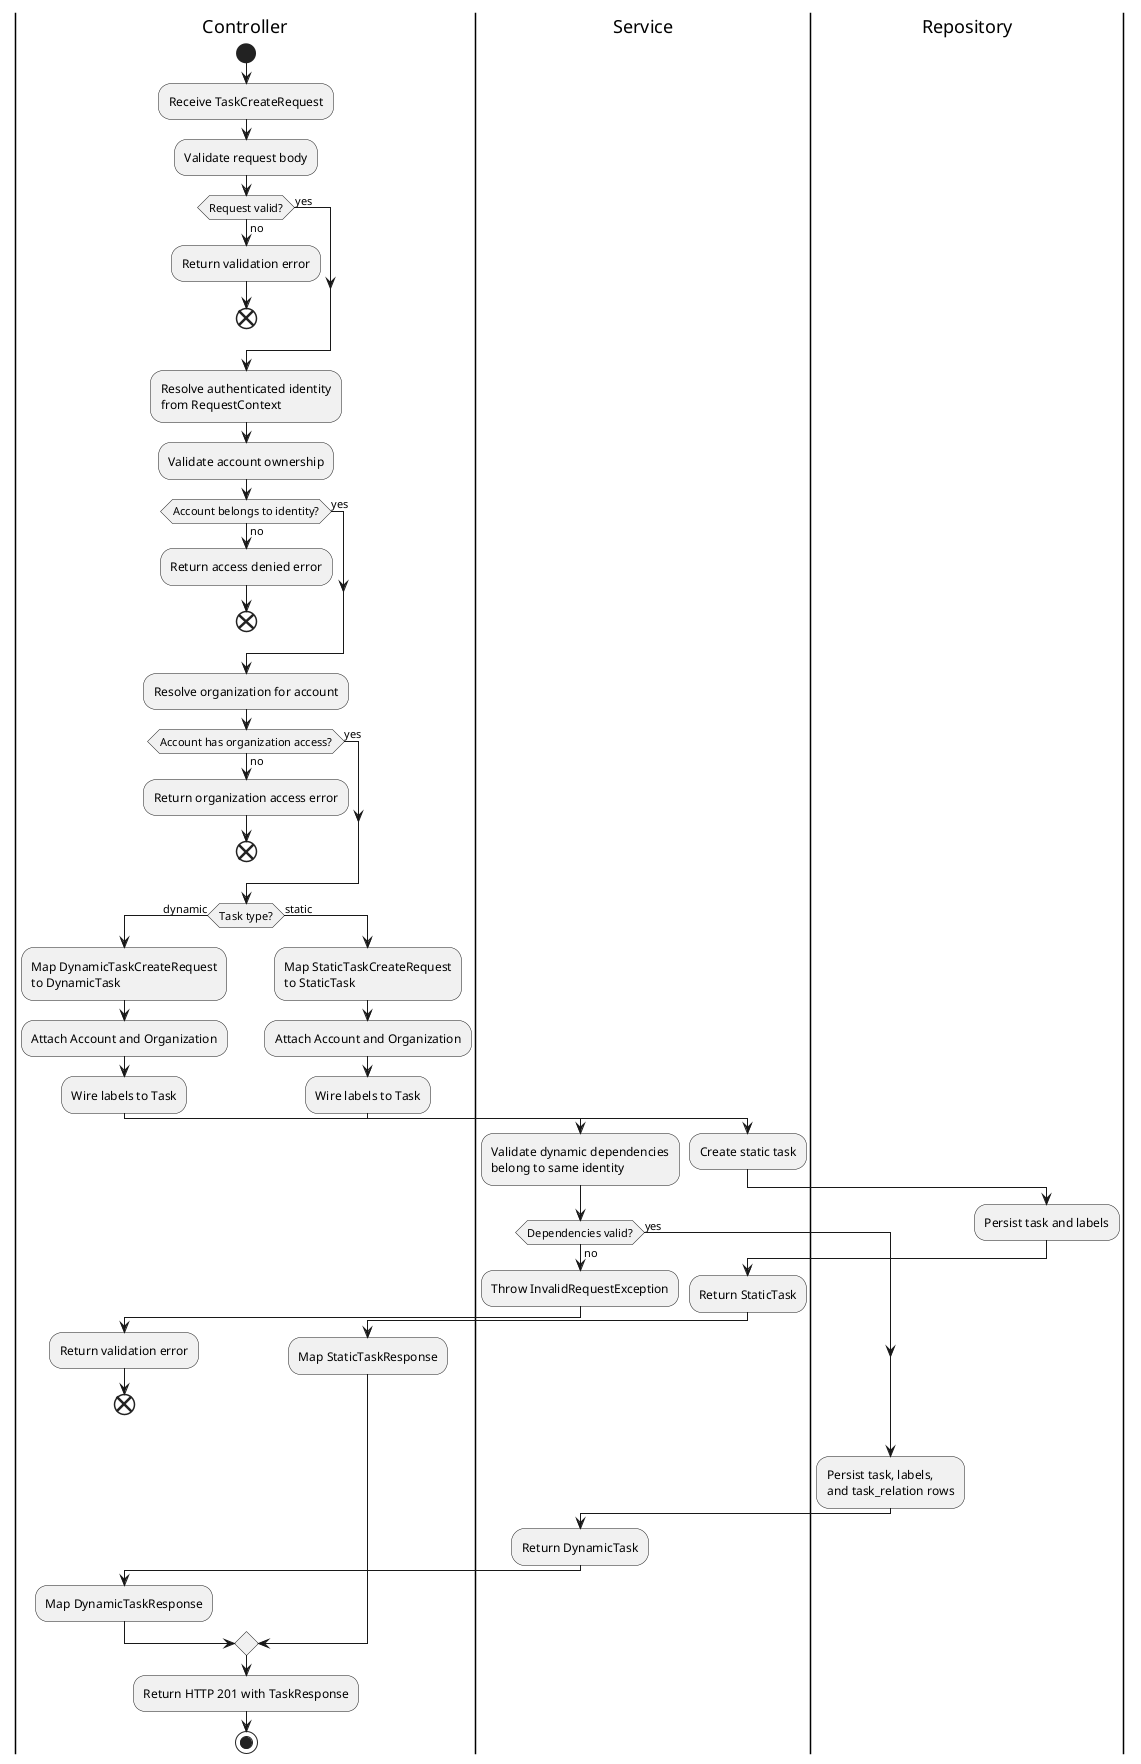
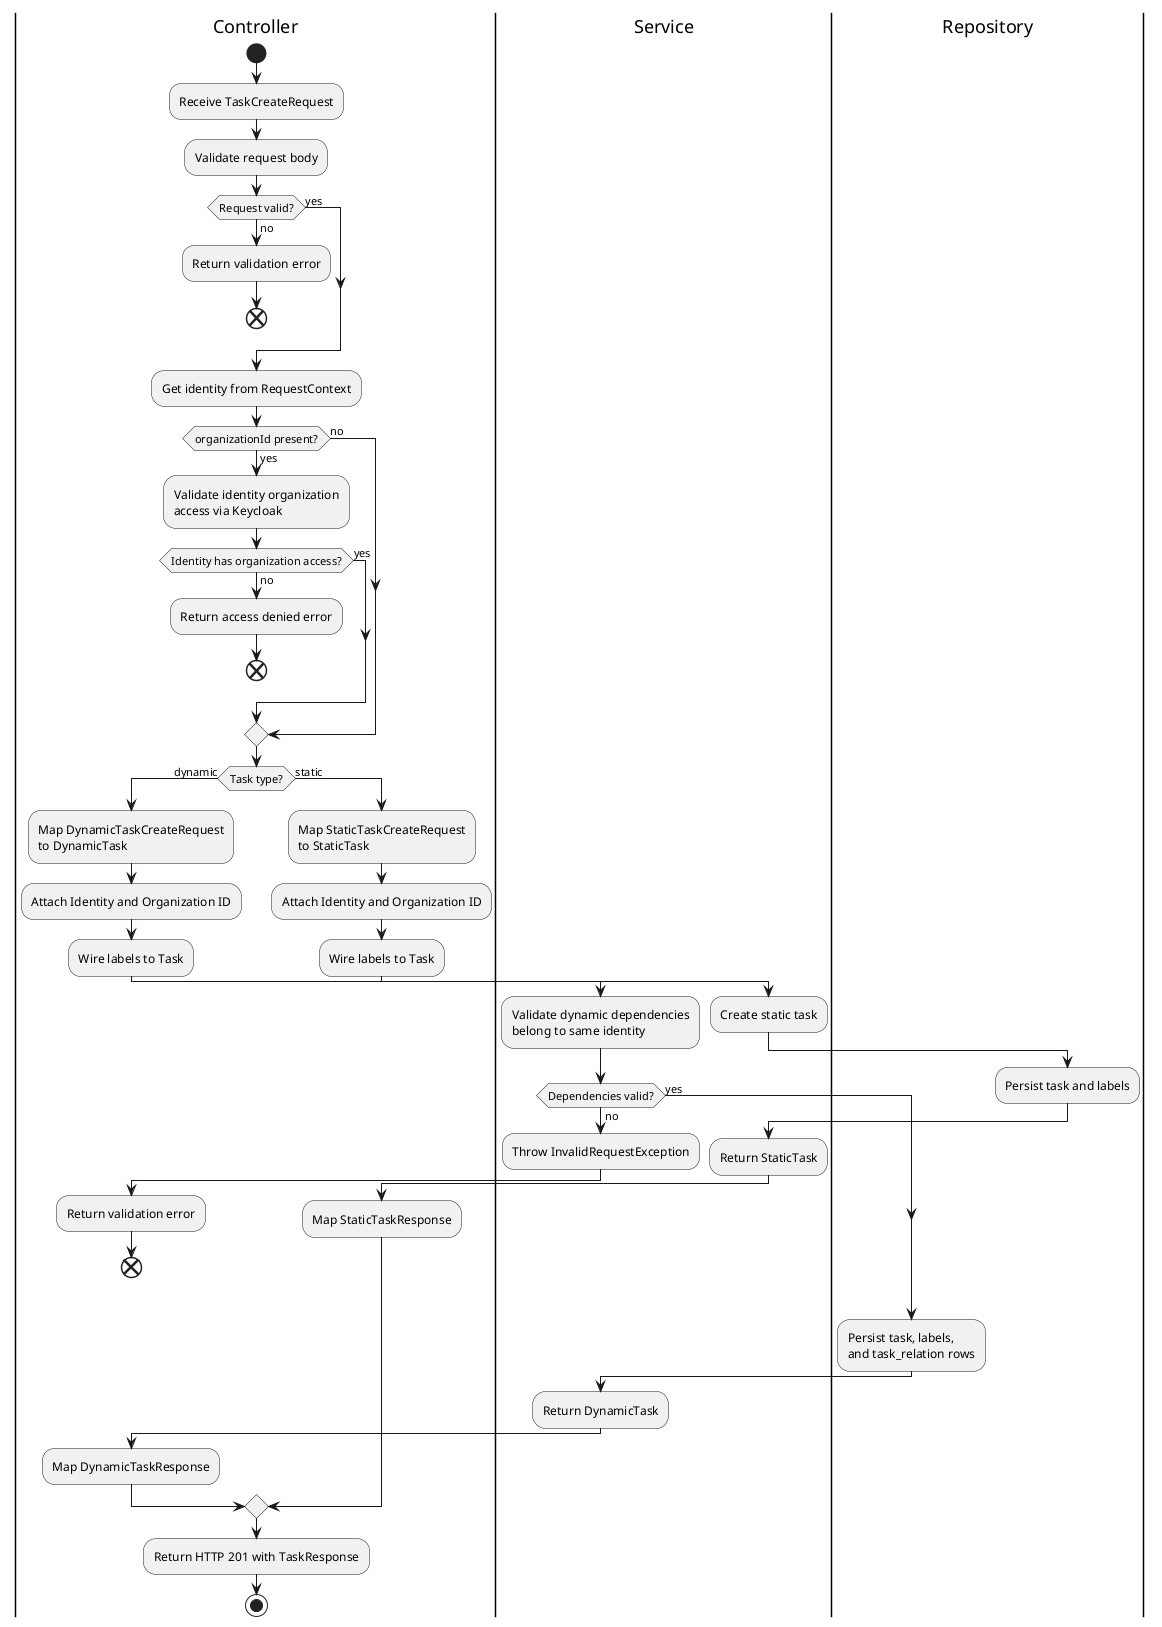
@startuml
|Controller|
start
:Receive TaskCreateRequest;
:Validate request body;

if (Request valid?) then (yes)
else (no)
    :Return validation error;
    end
endif

- :Resolve authenticated identity
- from RequestContext;
- :Validate account ownership;
+ :Get identity from RequestContext;

- if (Account belongs to identity?) then (yes)
+ if (organizationId present?) then (yes)
+     :Validate identity organization
+     access via Keycloak;
+     if (Identity has organization access?) then (yes)
+     else (no)
+         :Return access denied error;
+         end
+     endif
else (no)
-     :Return access denied error;
-     end
- endif
- 
- :Resolve organization for account;
- 
- if (Account has organization access?) then (yes)
- else (no)
-     :Return organization access error;
-     end
endif

if (Task type?) then (dynamic)
    :Map DynamicTaskCreateRequest
    to DynamicTask;
-     :Attach Account and Organization;
+     :Attach Identity and Organization ID;
    :Wire labels to Task;
    |Service|
    :Validate dynamic dependencies
    belong to same identity;
    if (Dependencies valid?) then (yes)
    else (no)
        :Throw InvalidRequestException;
        |Controller|
        :Return validation error;
        end
    endif
    |Repository|
    :Persist task, labels,
    and task_relation rows;
    |Service|
    :Return DynamicTask;
    |Controller|
    :Map DynamicTaskResponse;
else (static)
    :Map StaticTaskCreateRequest
    to StaticTask;
-     :Attach Account and Organization;
+     :Attach Identity and Organization ID;
    :Wire labels to Task;
    |Service|
    :Create static task;
    |Repository|
    :Persist task and labels;
    |Service|
    :Return StaticTask;
    |Controller|
    :Map StaticTaskResponse;
endif

:Return HTTP 201 with TaskResponse;
stop
@enduml
